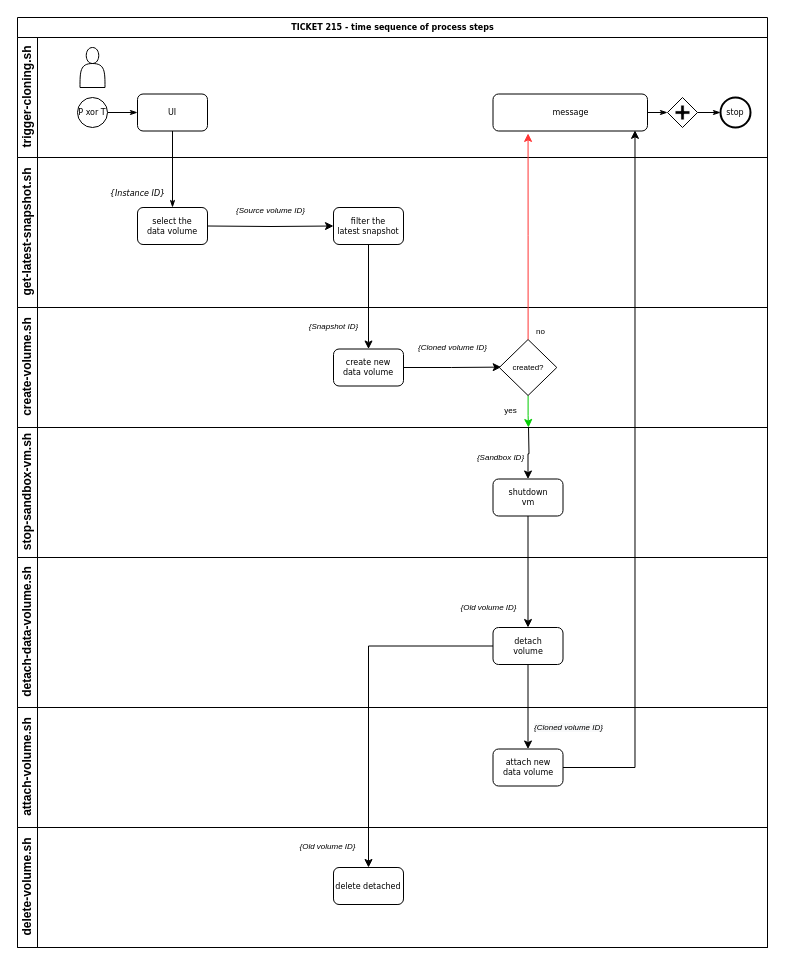
This is triggered-flow-for-sandbox.drawio from mahoff/repo, a draw.io file, before an edit. Source tidied: cells renumbered, new cells numbered last; positions are measured from the earlier drawing's top-left corner, leaving out a move shared by most shapes. Both pictures are drawn from the tidied source at 100%, with x=0, y=0 at pixel (17, 17).
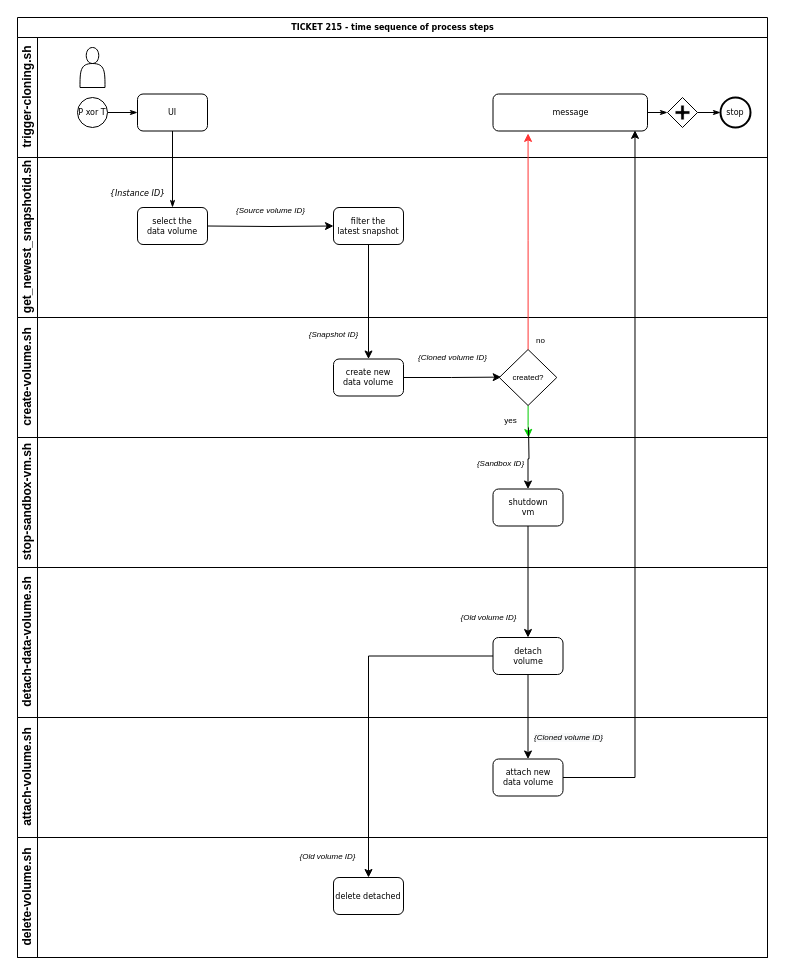
The same diagram, later.

Change to the diagram source:
```diff
@@
     <mxCell id="2" value="TICKET 215 - time sequence of process steps" style="swimlane;html=1;horizontal=1;startSize=20;rounded=0;shadow=0;labelBackgroundColor=none;strokeWidth=1;fontFamily=Verdana;fontSize=8;align=center;" parent="1" vertex="1">
-      <mxGeometry width="750" height="930" as="geometry" />
+      <mxGeometry width="750" height="940" as="geometry" />
     </mxCell>
@@
-    <mxCell id="13" value="get-latest-snapshot.sh" style="swimlane;html=1;startSize=20;horizontal=0;" parent="2" vertex="1">
-      <mxGeometry y="140" width="750" height="150" as="geometry" />
+    <mxCell id="13" value="get_newest_snapshotid.sh" style="swimlane;html=1;startSize=20;horizontal=0;" parent="2" vertex="1">
+      <mxGeometry y="140" width="750" height="160" as="geometry" />
     </mxCell>
@@
     <mxCell id="18" value="create-volume.sh" style="swimlane;html=1;startSize=20;horizontal=0;" parent="2" vertex="1">
-      <mxGeometry y="290" width="750" height="120" as="geometry" />
+      <mxGeometry y="300" width="750" height="120" as="geometry" />
     </mxCell>
@@
     <mxCell id="23" value="stop-sandbox-vm.sh" style="swimlane;html=1;startSize=20;horizontal=0;" parent="2" vertex="1">
-      <mxGeometry y="410" width="750" height="130" as="geometry" />
+      <mxGeometry y="420" width="750" height="130" as="geometry" />
     </mxCell>
@@
     <mxCell id="26" value="detach-data-volume.sh" style="swimlane;html=1;startSize=20;horizontal=0;" parent="2" vertex="1">
-      <mxGeometry y="540" width="750" height="150" as="geometry" />
+      <mxGeometry y="550" width="750" height="150" as="geometry" />
     </mxCell>
@@
     <mxCell id="28" value="attach-volume.sh" style="swimlane;html=1;startSize=20;horizontal=0;" parent="2" vertex="1">
-      <mxGeometry y="690" width="750" height="120" as="geometry" />
+      <mxGeometry y="700" width="750" height="120" as="geometry" />
     </mxCell>
@@
     <mxCell id="30" value="delete-volume.sh" style="swimlane;html=1;startSize=20;horizontal=0;" parent="2" vertex="1">
-      <mxGeometry y="810" width="750" height="120" as="geometry" />
+      <mxGeometry y="820" width="750" height="120" as="geometry" />
     </mxCell>
```
